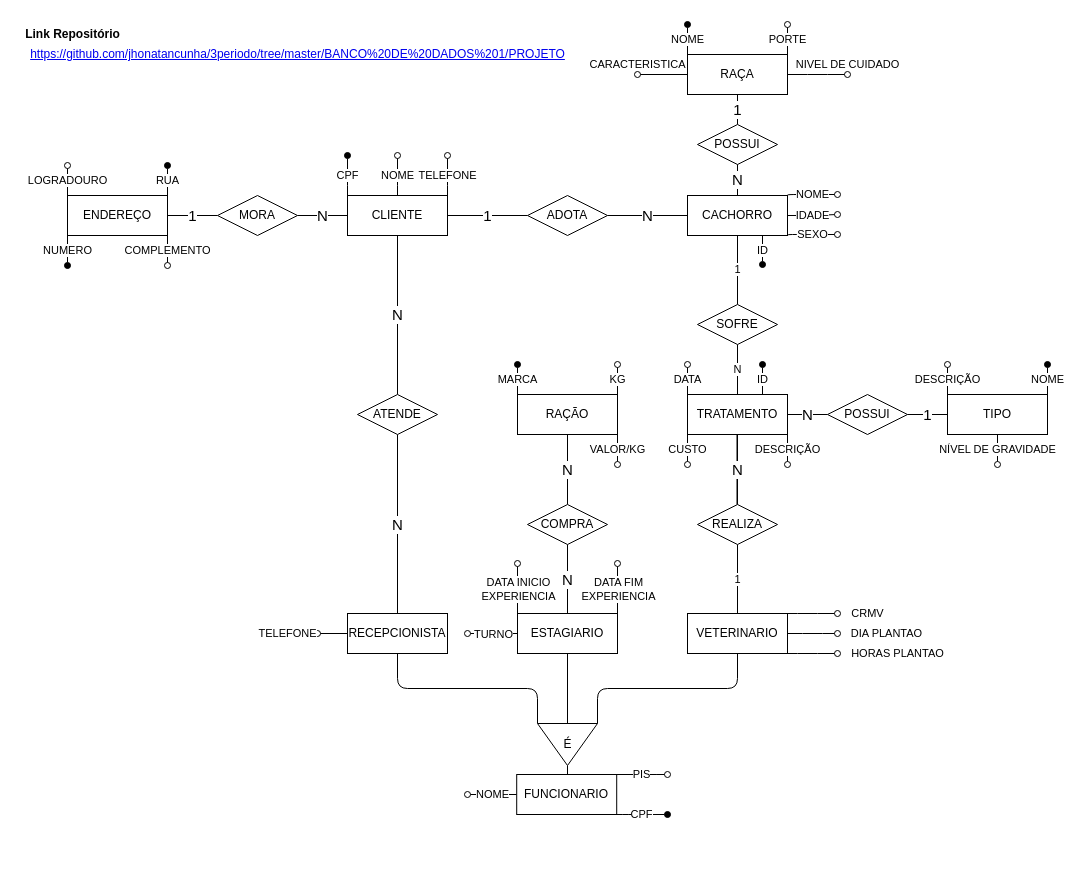
Earlier version of the draw.io diagram BANCO DE DADOS 1/PROJETO/PARTE 1/SISTEMA DE ADOÇÃO DE CACHORRO.drawio (jhonatancunha/3periodo). Source tidied: cells renumbered, new cells numbered last; positions are measured from the earlier drawing's top-left corner, leaving out a move shared by most shapes. Both pictures are drawn from the tidied source at 100%, with x=0, y=0 at pixel (17, 24).
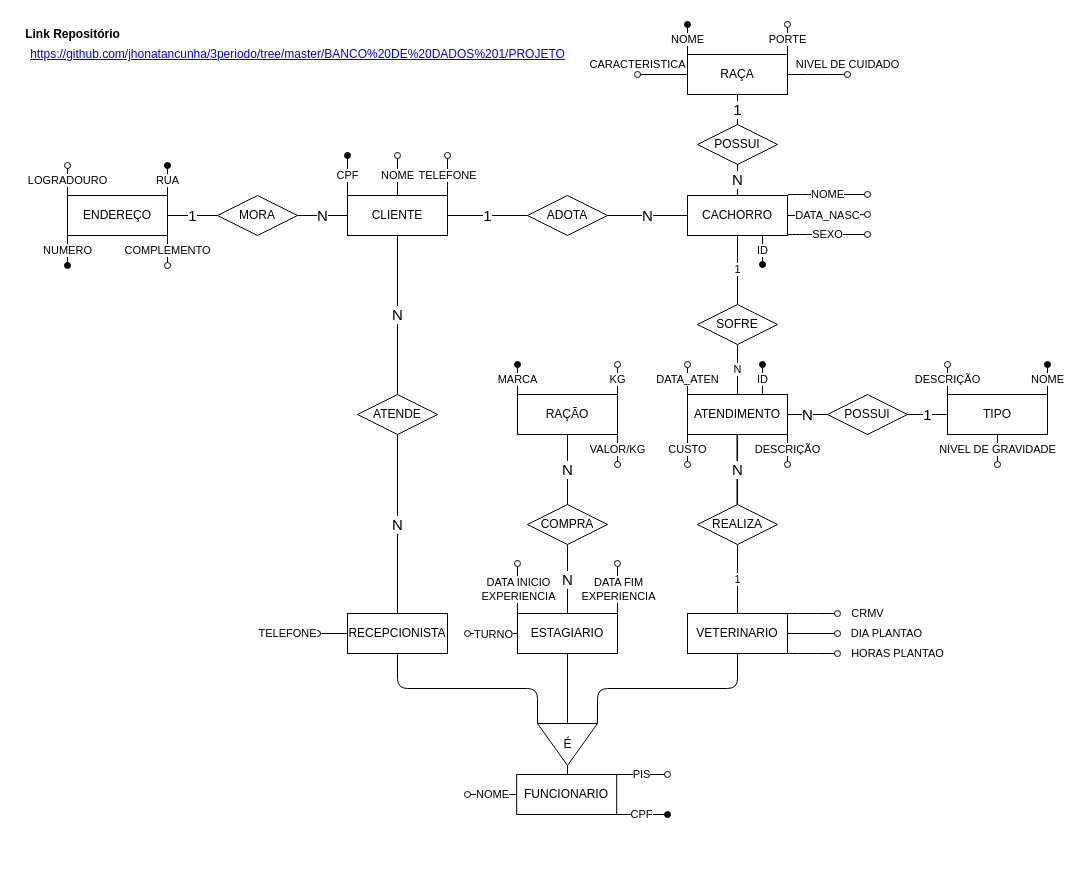
The same page after the edit.

The change refers to these unchanged cells:
```xml
<mxCell id="7" value="CACHORRO" style="whiteSpace=wrap;html=1;align=center;" parent="1" vertex="1">
  <mxGeometry x="670" y="171" width="100" height="40" as="geometry" />
</mxCell>
```

Diff of the diagram source:
```diff
@@
     <mxCell id="3" value="NOME" style="edgeStyle=orthogonalEdgeStyle;jettySize=auto;html=1;exitX=1;exitY=0;exitDx=0;exitDy=0;endArrow=oval;endFill=0;" parent="1" edge="1" source="7">
       <mxGeometry relative="1" as="geometry">
-        <mxPoint x="820" y="170" as="targetPoint" />
+        <mxPoint x="850" y="170" as="targetPoint" />
         <Array as="points">
           <mxPoint x="790" y="170" />
           <mxPoint x="790" y="170" />
         </Array>
       </mxGeometry>
     </mxCell>
-    <mxCell id="4" value="IDADE" style="edgeStyle=orthogonalEdgeStyle;jettySize=auto;html=1;exitX=1;exitY=0.5;exitDx=0;exitDy=0;endArrow=oval;endFill=0;" parent="1" edge="1" source="7">
+    <mxCell id="4" value="DATA_NASC" style="edgeStyle=orthogonalEdgeStyle;jettySize=auto;html=1;exitX=1;exitY=0.5;exitDx=0;exitDy=0;endArrow=oval;endFill=0;" parent="1" edge="1" source="7">
       <mxGeometry relative="1" as="geometry">
-        <mxPoint x="820" y="190" as="targetPoint" />
+        <mxPoint x="850" y="190" as="targetPoint" />
       </mxGeometry>
     </mxCell>
     <mxCell id="5" value="SEXO" style="edgeStyle=orthogonalEdgeStyle;jettySize=auto;html=1;exitX=1;exitY=1;exitDx=0;exitDy=0;endArrow=oval;endFill=0;" parent="1" edge="1" source="7">
       <mxGeometry relative="1" as="geometry">
-        <mxPoint x="820" y="210" as="targetPoint" />
+        <mxPoint x="850" y="210" as="targetPoint" />
         <Array as="points">
           <mxPoint x="780" y="210" />
           <mxPoint x="780" y="210" />
         </Array>
       </mxGeometry>
     </mxCell>
@@
-    <mxCell id="50" value="DATA" style="edgeStyle=orthogonalEdgeStyle;jettySize=auto;html=1;exitX=0;exitY=0;exitDx=0;exitDy=0;endArrow=oval;endFill=0;" parent="1" edge="1" source="55">
+    <mxCell id="50" value="DATA_ATEN" style="edgeStyle=orthogonalEdgeStyle;jettySize=auto;html=1;exitX=0;exitY=0;exitDx=0;exitDy=0;endArrow=oval;endFill=0;" parent="1" edge="1" source="55">
       <mxGeometry relative="1" as="geometry">
         <mxPoint x="670" y="340" as="targetPoint" />
       </mxGeometry>
     </mxCell>
@@
-    <mxCell id="55" value="TRATAMENTO" style="whiteSpace=wrap;html=1;align=center;" parent="1" vertex="1">
+    <mxCell id="55" value="ATENDIMENTO" style="whiteSpace=wrap;html=1;align=center;" parent="1" vertex="1">
       <mxGeometry x="670" y="370" width="100" height="40" as="geometry" />
     </mxCell>
```
